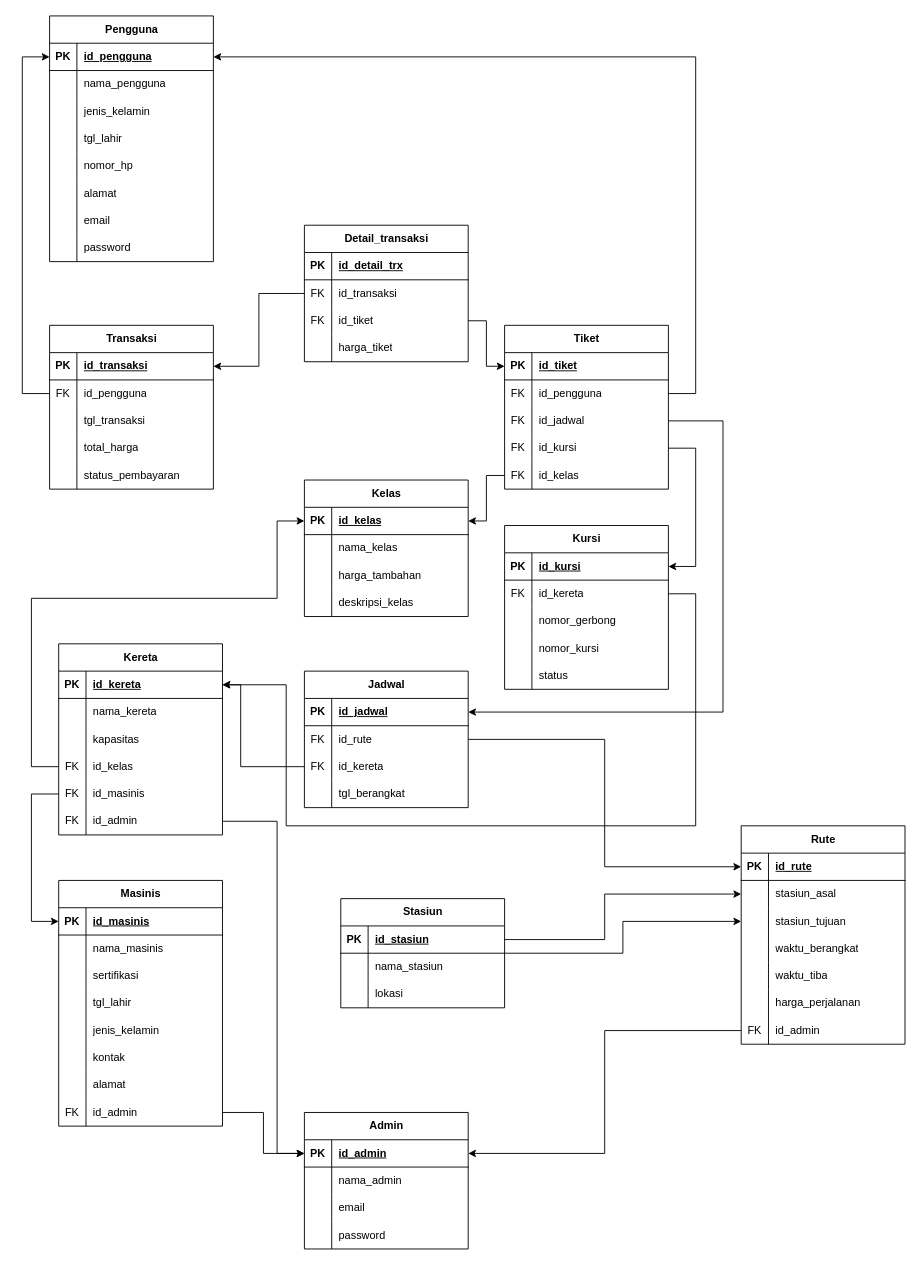
This is page "PDM" (2 of 2) of PraktikumBasis_Modul5.drawio from elikawicaksana/praktikum-basis-data, a draw.io file, before an edit. Source tidied: cells renumbered, new cells numbered last; positions are measured from the earlier drawing's top-left corner, leaving out a move shared by most shapes. Both pictures are drawn from the tidied source at 91%, with x=0, y=0 at pixel (22, 15).
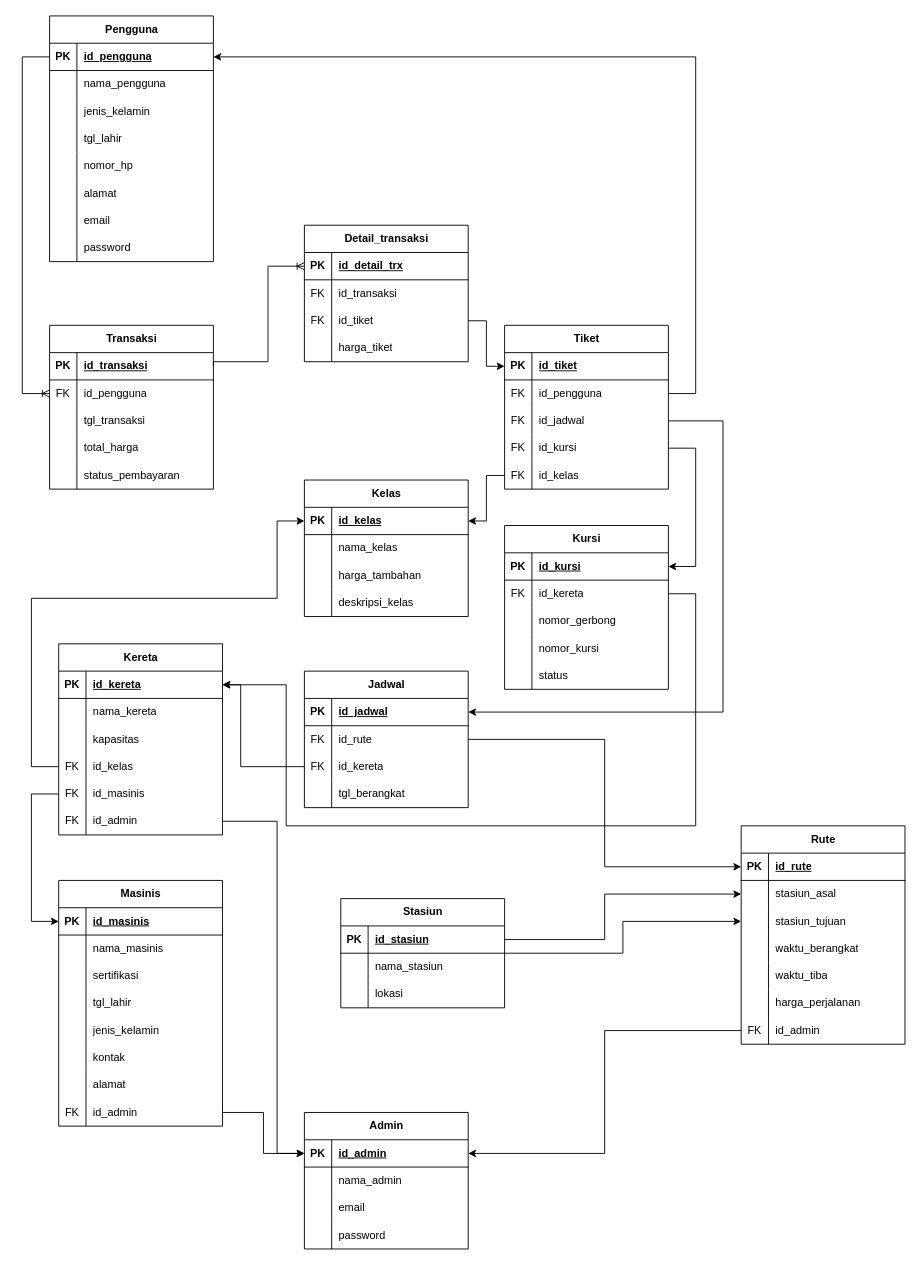
The same page after the edit.

The change refers to these unchanged cells:
```xml
<mxCell id="3" style="shape=tableRow;horizontal=0;startSize=0;swimlaneHead=0;swimlaneBody=0;fillColor=none;points=[[0,0.5],[1,0.5]];portConstraint=eastwest;top=0;left=0;right=0;bottom=1;" parent="2" vertex="1">
  <mxGeometry y="30" width="180" height="30" as="geometry" />
</mxCell>
<mxCell id="146" style="shape=tableRow;horizontal=0;startSize=0;swimlaneHead=0;swimlaneBody=0;fillColor=none;points=[[0,0.5],[1,0.5]];portConstraint=eastwest;top=0;left=0;right=0;bottom=1;" parent="145" vertex="1">
  <mxGeometry y="30" width="180" height="30" as="geometry" />
</mxCell>
<mxCell id="149" style="shape=tableRow;horizontal=0;startSize=0;swimlaneHead=0;swimlaneBody=0;fillColor=none;points=[[0,0.5],[1,0.5]];portConstraint=eastwest;top=0;left=0;right=0;bottom=0;" parent="145" vertex="1">
  <mxGeometry y="60" width="180" height="30" as="geometry" />
</mxCell>
<mxCell id="162" style="shape=tableRow;horizontal=0;startSize=0;swimlaneHead=0;swimlaneBody=0;fillColor=none;points=[[0,0.5],[1,0.5]];portConstraint=eastwest;top=0;left=0;right=0;bottom=1;" parent="161" vertex="1">
  <mxGeometry y="30" width="180" height="30" as="geometry" />
</mxCell>
<mxCell id="165" style="shape=tableRow;horizontal=0;startSize=0;swimlaneHead=0;swimlaneBody=0;fillColor=none;points=[[0,0.5],[1,0.5]];portConstraint=eastwest;top=0;left=0;right=0;bottom=0;" parent="161" vertex="1">
  <mxGeometry y="60" width="180" height="30" as="geometry" />
</mxCell>
```

What changed in the source:
```diff
@@
-    <mxCell id="203" style="edgeStyle=orthogonalEdgeStyle;rounded=0;jettySize=auto;html=1;entryX=0;entryY=0.5;entryDx=0;entryDy=0;" parent="1" edge="1" source="149" target="3">
-      <mxGeometry relative="1" as="geometry">
-        <Array as="points">
-          <mxPoint y="415" />
-          <mxPoint y="45" />
-        </Array>
-      </mxGeometry>
-    </mxCell>
-    <mxCell id="204" style="edgeStyle=orthogonalEdgeStyle;rounded=0;jettySize=auto;html=1;entryX=1;entryY=0.5;entryDx=0;entryDy=0;" parent="1" edge="1" source="165" target="146">
-      <mxGeometry relative="1" as="geometry" />
-    </mxCell>
@@
+    <mxCell id="220" style="edgeStyle=orthogonalEdgeStyle;fontSize=12;html=1;endArrow=ERoneToMany;rounded=0;exitX=0;exitY=0.5;exitDx=0;exitDy=0;entryX=0;entryY=0.5;entryDx=0;entryDy=0;" parent="1" edge="1" source="3" target="149">
+      <mxGeometry relative="1" as="geometry">
+        <Array as="points">
+          <mxPoint y="45" />
+          <mxPoint y="415" />
+        </Array>
+      </mxGeometry>
+    </mxCell>
+    <mxCell id="221" style="edgeStyle=orthogonalEdgeStyle;fontSize=12;html=1;endArrow=ERoneToMany;rounded=0;exitX=1;exitY=0.5;exitDx=0;exitDy=0;entryX=0;entryY=0.5;entryDx=0;entryDy=0;" parent="1" edge="1" source="146" target="162">
+      <mxGeometry relative="1" as="geometry">
+        <Array as="points">
+          <mxPoint x="210" y="380" />
+          <mxPoint x="270" y="380" />
+          <mxPoint x="270" y="275" />
+        </Array>
+      </mxGeometry>
+    </mxCell>
```
